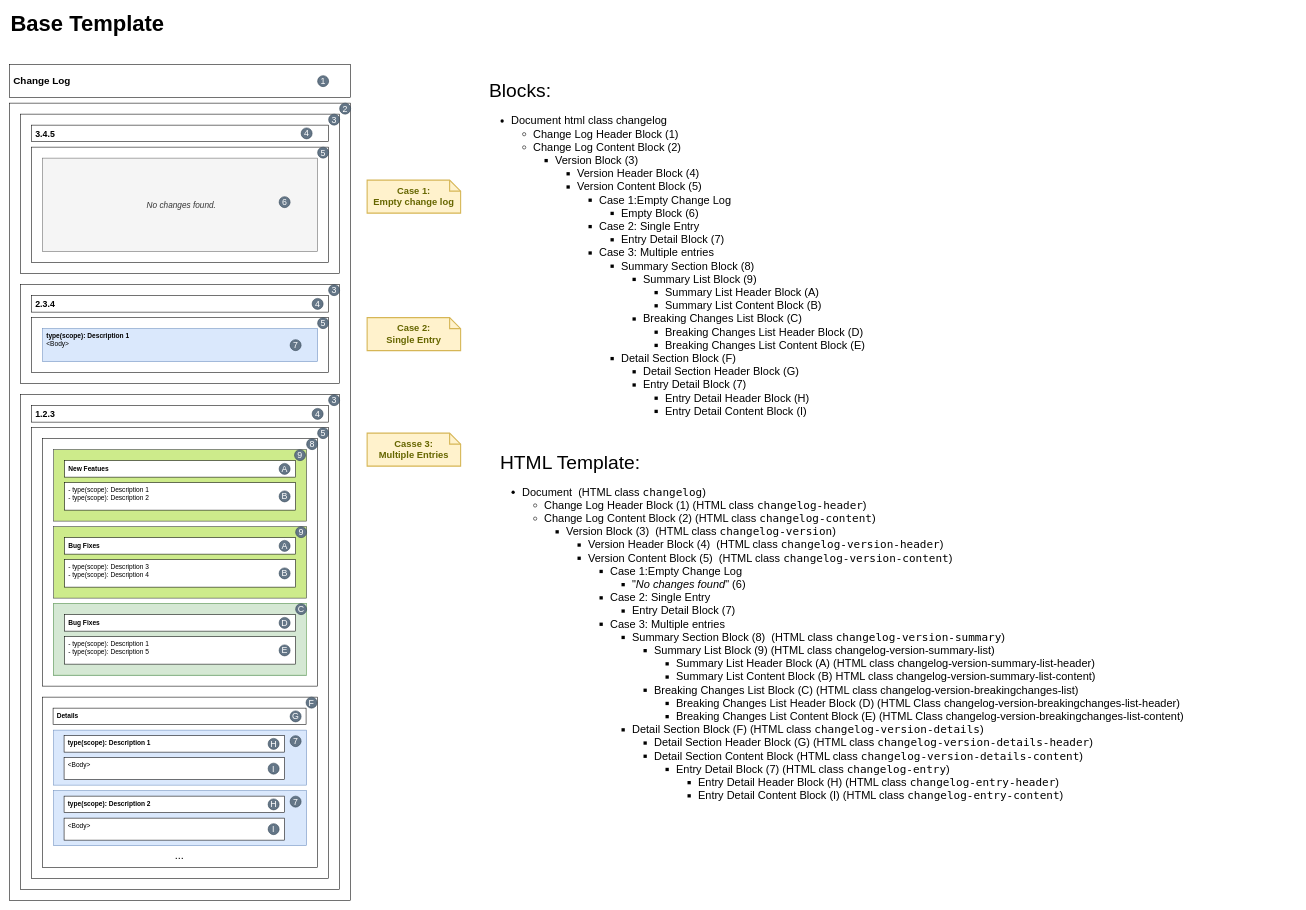
Earlier version of the draw.io diagram docs/img/template-blocks.drawio (ap0llo/changelog). Source tidied: cells renumbered, new cells numbered last; positions are measured from the earlier drawing's top-left corner, leaving out a move shared by most shapes. Both pictures are drawn from the tidied source at 55%, with x=0, y=0 at pixel (9, 9).
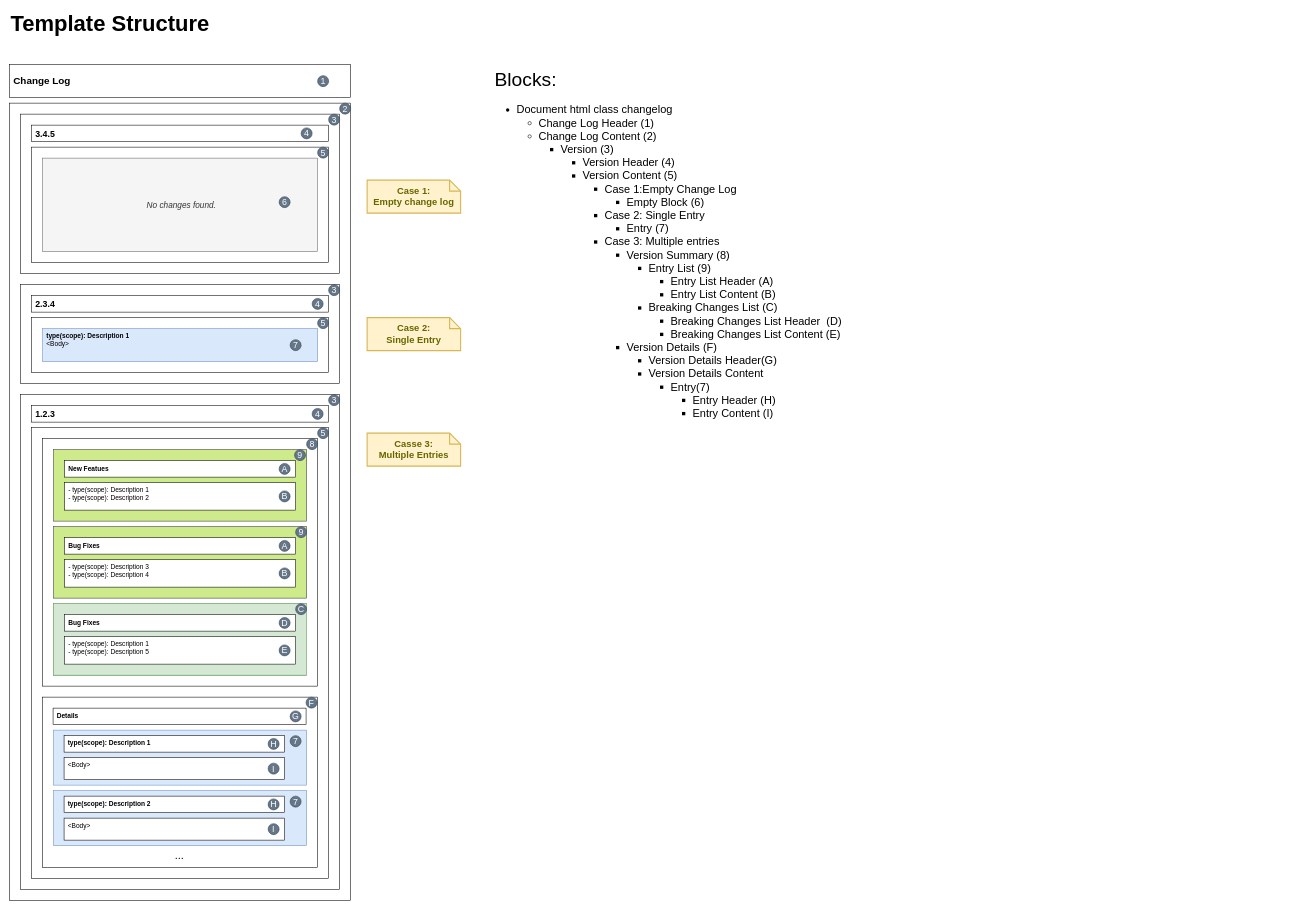
The same diagram, later.

Commit message (it also covers changes not shown here):
Rename methods in MarkdownBaseTemplate to follow the same naming used in the Html template

The edit, as a diff of the source:
```diff
@@
-    <mxCell id="4" value="Base Template" style="text;html=1;strokeColor=none;fillColor=none;align=left;verticalAlign=middle;whiteSpace=wrap;rounded=0;fontSize=40;fontStyle=1;" parent="1" vertex="1">
-      <mxGeometry width="300" height="50" as="geometry" />
+    <mxCell id="4" value="Template Structure" style="text;html=1;strokeColor=none;fillColor=none;align=left;verticalAlign=middle;whiteSpace=wrap;rounded=0;fontSize=40;fontStyle=1;" parent="1" vertex="1">
+      <mxGeometry width="680" height="50" as="geometry" />
     </mxCell>
-    <mxCell id="5" value="&lt;font style=&quot;font-size: 35px&quot;&gt;Blocks:&lt;/font&gt;&lt;br&gt;&lt;ul style=&quot;font-size: 20px&quot;&gt;&lt;li&gt;Document html class changelog&lt;/li&gt;&lt;ul&gt;&lt;li&gt;Change Log Header Block (1)&lt;/li&gt;&lt;li&gt;Change Log Content Block (2)&amp;nbsp;&lt;/li&gt;&lt;ul&gt;&lt;li&gt;Version Block (3)&amp;nbsp;&amp;nbsp;&lt;/li&gt;&lt;ul&gt;&lt;li&gt;Version Header Block (4)&amp;nbsp;&lt;/li&gt;&lt;li&gt;Version Content Block (5)&amp;nbsp;&amp;nbsp;&lt;/li&gt;&lt;ul&gt;&lt;li&gt;Case 1:Empty Change Log&lt;/li&gt;&lt;ul&gt;&lt;li&gt;Empty Block (6)&lt;/li&gt;&lt;/ul&gt;&lt;li&gt;Case 2: Single Entry&lt;/li&gt;&lt;ul&gt;&lt;li&gt;Entry Detail Block (7)&lt;/li&gt;&lt;/ul&gt;&lt;li&gt;Case 3: Multiple entries&lt;/li&gt;&lt;ul&gt;&lt;li&gt;Summary Section Block (8)&lt;/li&gt;&lt;ul&gt;&lt;li&gt;Summary List Block (9)&lt;/li&gt;&lt;ul&gt;&lt;li&gt;Summary List Header Block (A)&lt;/li&gt;&lt;li&gt;Summary List Content Block (B)&lt;/li&gt;&lt;/ul&gt;&lt;li&gt;Breaking Changes List Block (C)&lt;/li&gt;&lt;ul&gt;&lt;li&gt;Breaking Changes List Header Block (D)&lt;/li&gt;&lt;li&gt;Breaking Changes List Content Block (E)&lt;/li&gt;&lt;/ul&gt;&lt;/ul&gt;&lt;li&gt;Detail Section Block (F)&lt;/li&gt;&lt;ul&gt;&lt;li&gt;Detail Section Header Block (G)&lt;/li&gt;&lt;li&gt;Entry Detail Block (7)&lt;/li&gt;&lt;ul&gt;&lt;li&gt;Entry Detail Header Block (H)&lt;/li&gt;&lt;li&gt;Entry Detail Content Block (I)&lt;/li&gt;&lt;/ul&gt;&lt;/ul&gt;&lt;/ul&gt;&lt;/ul&gt;&lt;/ul&gt;&lt;/ul&gt;&lt;/ul&gt;&lt;/ul&gt;" style="text;html=1;strokeColor=none;fillColor=none;align=left;verticalAlign=top;whiteSpace=wrap;rounded=0;fontSize=40;" parent="1" vertex="1">
-      <mxGeometry x="870" y="115" width="1020" height="630" as="geometry" />
+    <mxCell id="5" value="&lt;font style=&quot;font-size: 35px&quot;&gt;Blocks:&lt;/font&gt;&lt;br&gt;&lt;ul style=&quot;font-size: 20px&quot;&gt;&lt;li&gt;Document html class changelog&lt;/li&gt;&lt;ul&gt;&lt;li&gt;Change Log Header (1)&lt;/li&gt;&lt;li&gt;Change Log Content (2)&amp;nbsp;&lt;/li&gt;&lt;ul&gt;&lt;li&gt;Version (3)&amp;nbsp;&amp;nbsp;&lt;/li&gt;&lt;ul&gt;&lt;li&gt;Version Header (4)&amp;nbsp;&lt;/li&gt;&lt;li&gt;Version Content (5)&amp;nbsp;&amp;nbsp;&lt;/li&gt;&lt;ul&gt;&lt;li&gt;Case 1:Empty Change Log&lt;/li&gt;&lt;ul&gt;&lt;li&gt;Empty Block (6)&lt;/li&gt;&lt;/ul&gt;&lt;li&gt;Case 2: Single Entry&lt;/li&gt;&lt;ul&gt;&lt;li&gt;Entry (7)&lt;/li&gt;&lt;/ul&gt;&lt;li&gt;Case 3: Multiple entries&lt;/li&gt;&lt;ul&gt;&lt;li&gt;Version Summary (8)&lt;/li&gt;&lt;ul&gt;&lt;li&gt;Entry List (9)&lt;/li&gt;&lt;ul&gt;&lt;li&gt;Entry List Header (A)&lt;/li&gt;&lt;li&gt;Entry List Content (B)&lt;/li&gt;&lt;/ul&gt;&lt;li&gt;Breaking Changes List (C)&lt;/li&gt;&lt;ul&gt;&lt;li&gt;Breaking Changes List Header&amp;nbsp; (D)&lt;/li&gt;&lt;li&gt;Breaking Changes List Content (E)&lt;/li&gt;&lt;/ul&gt;&lt;/ul&gt;&lt;li&gt;Version Details (F)&lt;/li&gt;&lt;ul&gt;&lt;li&gt;Version Details Header(G)&lt;/li&gt;&lt;li&gt;Version Details Content&lt;/li&gt;&lt;ul&gt;&lt;li&gt;Entry(7)&lt;/li&gt;&lt;ul&gt;&lt;li&gt;Entry Header (H)&lt;/li&gt;&lt;li&gt;Entry Content (I)&lt;/li&gt;&lt;/ul&gt;&lt;/ul&gt;&lt;/ul&gt;&lt;/ul&gt;&lt;/ul&gt;&lt;/ul&gt;&lt;/ul&gt;&lt;/ul&gt;&lt;/ul&gt;" style="text;html=1;strokeColor=none;fillColor=none;align=left;verticalAlign=top;whiteSpace=wrap;rounded=0;fontSize=40;" parent="1" vertex="1">
+      <mxGeometry x="880" y="95" width="1020" height="785" as="geometry" />
     </mxCell>
@@
-    <mxCell id="80" value="&lt;font style=&quot;font-size: 35px&quot;&gt;HTML Template:&lt;/font&gt;&lt;br&gt;&lt;ul style=&quot;font-size: 20px&quot;&gt;&lt;li&gt;Document&amp;nbsp; (HTML class &lt;font face=&quot;Lucida Console&quot;&gt;changelog&lt;/font&gt;)&lt;/li&gt;&lt;ul&gt;&lt;li&gt;Change Log Header Block (1) (HTML class &lt;font face=&quot;Lucida Console&quot;&gt;changelog-header&lt;/font&gt;)&lt;/li&gt;&lt;li&gt;Change Log Content Block (2) (HTML class &lt;font face=&quot;Lucida Console&quot;&gt;changelog-content&lt;/font&gt;)&lt;/li&gt;&lt;ul&gt;&lt;li&gt;Version Block (3)&amp;nbsp; (HTML class &lt;font face=&quot;Lucida Console&quot;&gt;changelog-version&lt;/font&gt;)&lt;/li&gt;&lt;ul&gt;&lt;li&gt;Version Header Block (4)&amp;nbsp; (HTML class &lt;font face=&quot;Lucida Console&quot;&gt;changelog-version-header&lt;/font&gt;)&lt;/li&gt;&lt;li&gt;Version Content Block (5)&amp;nbsp; (HTML class &lt;font face=&quot;Lucida Console&quot;&gt;changelog-version-content&lt;/font&gt;)&lt;/li&gt;&lt;ul&gt;&lt;li&gt;Case 1:Empty Change Log&lt;/li&gt;&lt;ul&gt;&lt;li&gt;&quot;&lt;i&gt;No changes found&lt;/i&gt;&quot; (6)&lt;/li&gt;&lt;/ul&gt;&lt;li&gt;Case 2: Single Entry&lt;/li&gt;&lt;ul&gt;&lt;li&gt;Entry Detail Block (7)&lt;/li&gt;&lt;/ul&gt;&lt;li&gt;Case 3: Multiple entries&lt;/li&gt;&lt;ul&gt;&lt;li&gt;Summary Section Block (8)&amp;nbsp; (HTML class&amp;nbsp;&lt;font face=&quot;Lucida Console&quot;&gt;changelog-version-summary&lt;/font&gt;)&lt;/li&gt;&lt;ul&gt;&lt;li&gt;Summary List Block (9) (HTML class changelog-version-summary-list)&lt;/li&gt;&lt;ul&gt;&lt;li&gt;Summary List Header Block (A) (HTML class changelog-version-summary-list-header)&lt;/li&gt;&lt;li&gt;Summary List Content Block (B) HTML class changelog-version-summary-list-content)&lt;/li&gt;&lt;/ul&gt;&lt;li&gt;Breaking Changes List Block (C) (HTML class&amp;nbsp;changelog-version-breakingchanges-list)&lt;/li&gt;&lt;ul&gt;&lt;li&gt;Breaking Changes List Header Block (D) (HTML Class&amp;nbsp;changelog-version-breakingchanges-list-header)&lt;/li&gt;&lt;li&gt;Breaking Changes List Content Block (E) (HTML Class&amp;nbsp;changelog-version-breakingchanges-list-content)&lt;/li&gt;&lt;/ul&gt;&lt;/ul&gt;&lt;li&gt;Detail Section Block (F) (HTML class&amp;nbsp;&lt;font face=&quot;Lucida Console&quot;&gt;changelog-version-details&lt;/font&gt;)&lt;/li&gt;&lt;ul&gt;&lt;li&gt;Detail Section Header Block (G) (HTML class&amp;nbsp;&lt;font face=&quot;Lucida Console&quot;&gt;changelog-version-details-header&lt;/font&gt;)&lt;/li&gt;&lt;li&gt;Detail Section Content Block (HTML class &lt;font face=&quot;Lucida Console&quot;&gt;changelog-version-details-content&lt;/font&gt;)&lt;/li&gt;&lt;ul&gt;&lt;li&gt;Entry Detail Block (7) (HTML class &lt;font face=&quot;Lucida Console&quot;&gt;changelog-entry&lt;/font&gt;)&lt;/li&gt;&lt;ul&gt;&lt;li&gt;Entry Detail Header Block (H) (HTML class&amp;nbsp;&lt;font face=&quot;Lucida Console&quot;&gt;changelog-entry-header&lt;/font&gt;)&lt;/li&gt;&lt;li&gt;Entry Detail Content Block (I) (HTML class&amp;nbsp;&lt;font face=&quot;Lucida Console&quot;&gt;changelog-entry-content&lt;/font&gt;)&lt;/li&gt;&lt;/ul&gt;&lt;/ul&gt;&lt;/ul&gt;&lt;/ul&gt;&lt;/ul&gt;&lt;/ul&gt;&lt;/ul&gt;&lt;/ul&gt;&lt;/ul&gt;" style="text;html=1;strokeColor=none;fillColor=none;align=left;verticalAlign=top;whiteSpace=wrap;rounded=0;fontSize=40;" parent="1" vertex="1">
-      <mxGeometry x="890" y="790" width="1450" height="790" as="geometry" />
-    </mxCell>
```
